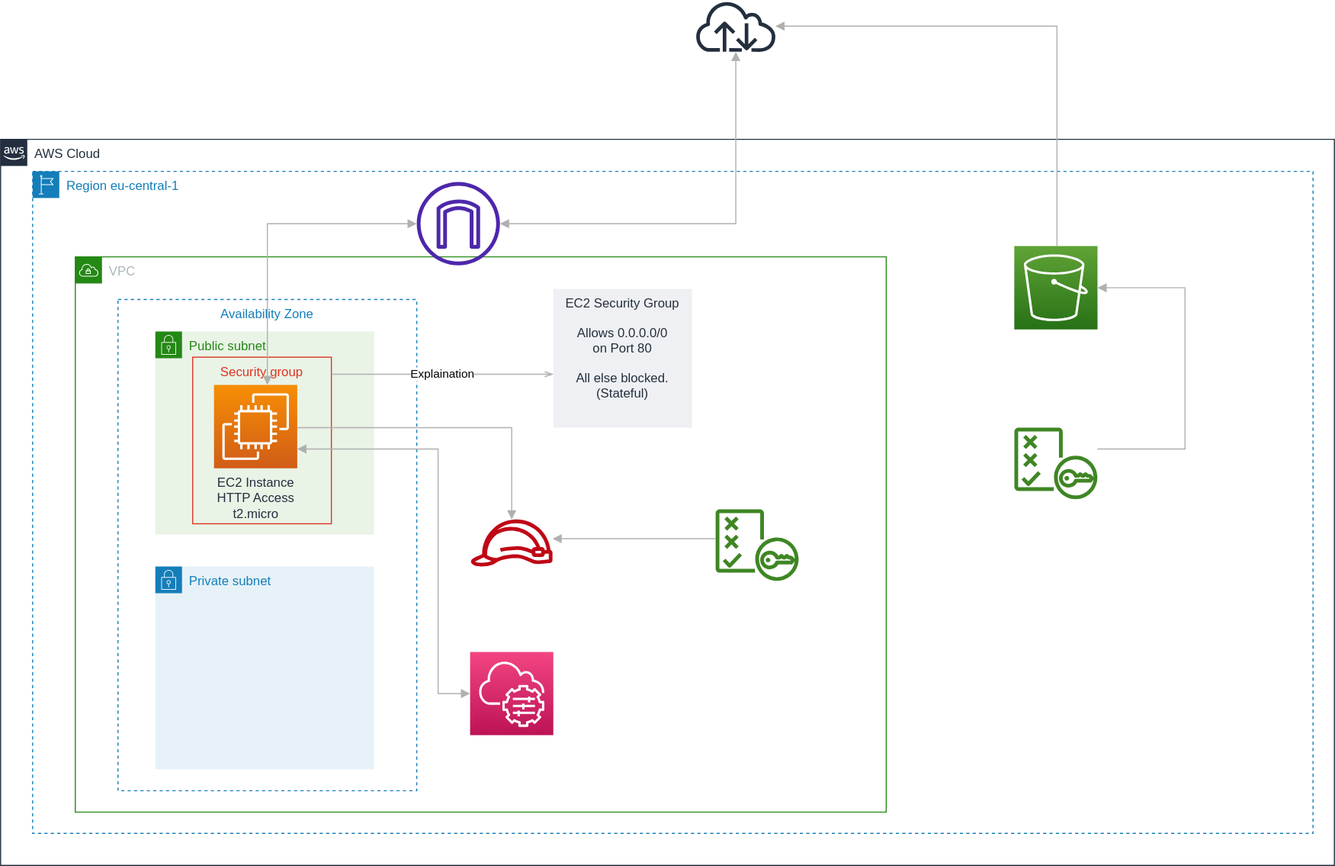
superluminar-io/aws_fundamentals_workshop keeps this draw.io diagram as docs/media/lab_4_arch.drawio.svg. Above is the earlier version. Source tidied: cells renumbered, new cells last; positions are measured from the earlier drawing's top-left corner, leaving out a move shared by most shapes.
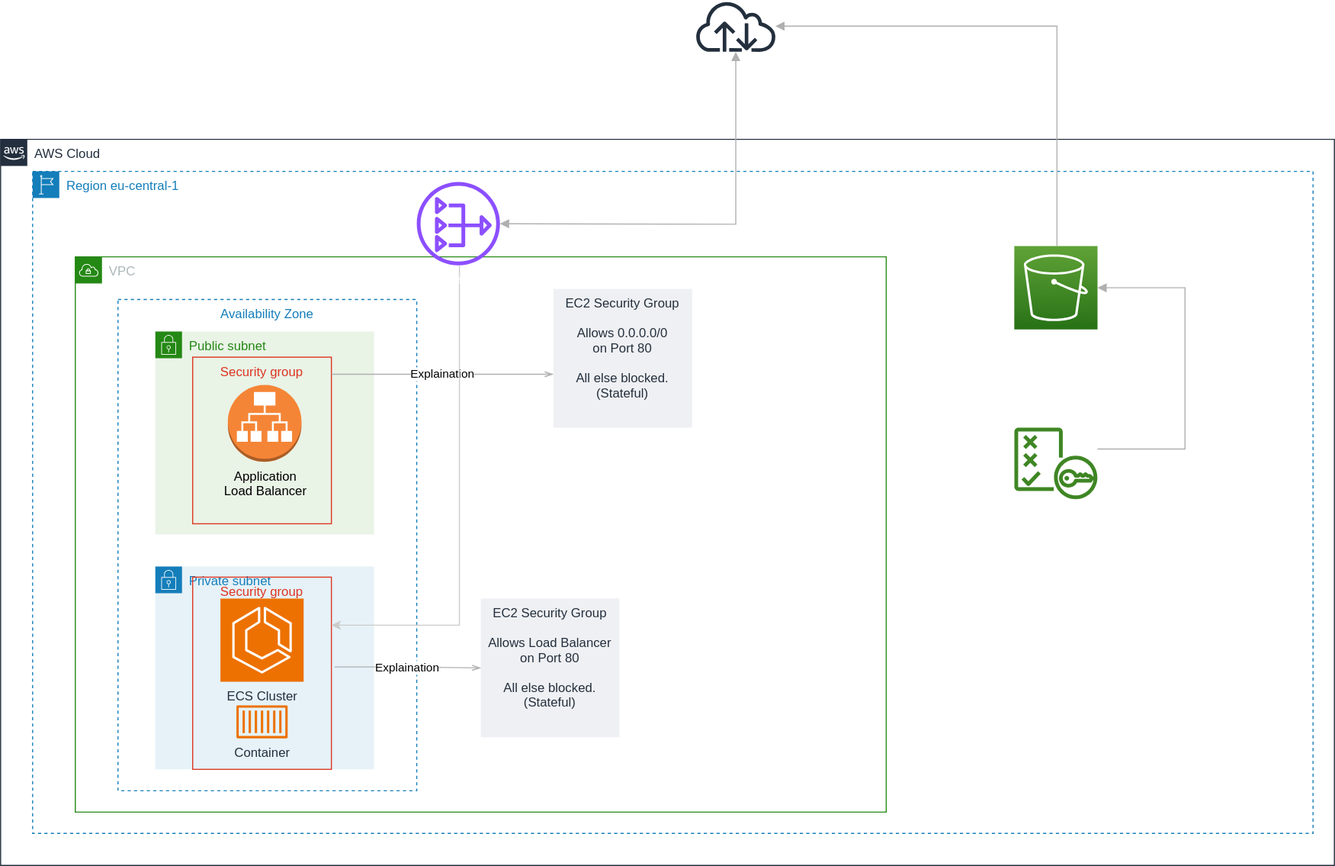
The same diagram one commit later.

Commit message:
Updated lab4 arch diagram

The edit, as a diff of the source:
```diff
@@ -23,12 +23,21 @@
     <mxCell id="8" value="Security group" style="fillColor=none;strokeColor=#DD3522;verticalAlign=top;fontStyle=0;fontColor=#DD3522;" parent="7" vertex="1">
       <mxGeometry x="35" y="24" width="130" height="156" as="geometry" />
     </mxCell>
-    <mxCell id="9" value="EC2 Instance&lt;br&gt;HTTP Access&lt;br&gt;t2.micro" style="sketch=0;points=[[0,0,0],[0.25,0,0],[0.5,0,0],[0.75,0,0],[1,0,0],[0,1,0],[0.25,1,0],[0.5,1,0],[0.75,1,0],[1,1,0],[0,0.25,0],[0,0.5,0],[0,0.75,0],[1,0.25,0],[1,0.5,0],[1,0.75,0]];outlineConnect=0;fontColor=#232F3E;gradientColor=#F78E04;gradientDirection=north;fillColor=#D05C17;strokeColor=#ffffff;dashed=0;verticalLabelPosition=bottom;verticalAlign=top;align=center;html=1;fontSize=12;fontStyle=0;shape=mxgraph.aws4.resourceIcon;resIcon=mxgraph.aws4.ec2;" parent="7" vertex="1">
-      <mxGeometry x="55" y="50" width="78" height="78" as="geometry" />
-    </mxCell>
+    <mxCell id="27" value="Application &lt;br&gt;Load Balancer" style="dashed=0;verticalLabelPosition=bottom;verticalAlign=top;align=center;html=1;shape=mxgraph.aws3.application_load_balancer;fillColor=#F58536;gradientColor=none;" parent="7" vertex="1">
+      <mxGeometry x="68" y="50" width="69" height="72" as="geometry" />
+    </mxCell>
     <mxCell id="10" value="Private subnet" style="gradientColor=none;html=1;whiteSpace=wrap;fontSize=12;fontStyle=0;shape=mxgraph.aws4.group;grIcon=mxgraph.aws4.group_security_group;grStroke=0;strokeColor=#147EBA;fillColor=#E6F2F8;verticalAlign=top;align=left;spacingLeft=30;fontColor=#147EBA;dashed=0;" parent="5" vertex="1">
       <mxGeometry x="75" y="290" width="205" height="190" as="geometry" />
     </mxCell>
+    <mxCell id="28" value="ECS Cluster" style="sketch=0;fontColor=#232F3E;fillColor=#ED7100;strokeColor=#ffffff;dashed=0;verticalLabelPosition=bottom;verticalAlign=top;align=center;html=1;fontSize=12;fontStyle=0;shape=mxgraph.aws4.resourceIcon;resIcon=mxgraph.aws4.ecs;" parent="10" vertex="1">
+      <mxGeometry x="61" y="30" width="78" height="78" as="geometry" />
+    </mxCell>
+    <mxCell id="29" value="Container" style="sketch=0;fontColor=#232F3E;gradientColor=none;fillColor=#ED7100;strokeColor=none;dashed=0;verticalLabelPosition=bottom;verticalAlign=top;align=center;html=1;fontSize=12;fontStyle=0;shape=mxgraph.aws4.container_1;" parent="10" vertex="1">
+      <mxGeometry x="76" y="130" width="48" height="31" as="geometry" />
+    </mxCell>
+    <mxCell id="30" value="Security group" style="fillColor=none;strokeColor=#DD3522;verticalAlign=top;fontStyle=0;fontColor=#DD3522;" parent="10" vertex="1">
+      <mxGeometry x="35" y="10" width="130" height="180" as="geometry" />
+    </mxCell>
     <mxCell id="11" value="EC2 Security Group&#10;&#10;Allows 0.0.0.0/0&#10;on Port 80&#10;&#10;All else blocked.&#10;(Stateful)" style="fillColor=#EFF0F3;strokeColor=none;dashed=0;verticalAlign=top;fontStyle=0;fontColor=#232F3D;" parent="5" vertex="1">
       <mxGeometry x="448" y="30" width="130" height="130" as="geometry" />
     </mxCell>
@@ -40,51 +49,24 @@
         </Array>
       </mxGeometry>
     </mxCell>
-    <mxCell id="13" value="&lt;font color=&quot;#ffffff&quot;&gt;IAM Role&lt;br&gt;Assumed by Instance&lt;br&gt;to connect to&lt;br&gt;Sessions Manager&lt;br&gt;&lt;/font&gt;" style="sketch=0;outlineConnect=0;fontColor=#232F3E;gradientColor=none;fillColor=#BF0816;strokeColor=none;dashed=0;verticalLabelPosition=bottom;verticalAlign=top;align=center;html=1;fontSize=12;fontStyle=0;shape=mxgraph.aws4.role;labelBackgroundColor=none;" parent="5" vertex="1">
-      <mxGeometry x="370" y="246" width="78" height="44" as="geometry" />
-    </mxCell>
-    <mxCell id="14" value="&lt;font color=&quot;#ffffff&quot;&gt;IAM Policy&lt;br&gt;Grants Sessions Manager&lt;br&gt;Permissions&lt;br&gt;&lt;/font&gt;" style="sketch=0;outlineConnect=0;fontColor=#232F3E;gradientColor=none;fillColor=#3F8624;strokeColor=none;dashed=0;verticalLabelPosition=bottom;verticalAlign=top;align=center;html=1;fontSize=12;fontStyle=0;shape=mxgraph.aws4.policy;labelBackgroundColor=none;" parent="5" vertex="1">
-      <mxGeometry x="600" y="236.5" width="78" height="67" as="geometry" />
-    </mxCell>
-    <mxCell id="15" style="edgeStyle=orthogonalEdgeStyle;html=1;endArrow=block;elbow=vertical;startArrow=none;endFill=1;strokeColor=#B0B0B0;rounded=0;" parent="5" edge="1" source="14" target="13">
+    <mxCell id="15" style="edgeStyle=orthogonalEdgeStyle;html=1;endArrow=block;elbow=vertical;startArrow=none;endFill=1;strokeColor=#B0B0B0;rounded=0;" parent="5" edge="1" source="x">
       <mxGeometry relative="1" as="geometry">
+        <mxPoint x="447.2" y="264" as="targetPoint" />
         <Array as="points">
           <mxPoint x="490" y="264" />
           <mxPoint x="490" y="264" />
         </Array>
       </mxGeometry>
     </mxCell>
-    <mxCell id="16" value="&lt;font color=&quot;#ffffff&quot;&gt;AWS Systems Manager&lt;br&gt;Sessions Manager feature&lt;br&gt;used to connect to instance&lt;br&gt;&lt;/font&gt;" style="sketch=0;points=[[0,0,0],[0.25,0,0],[0.5,0,0],[0.75,0,0],[1,0,0],[0,1,0],[0.25,1,0],[0.5,1,0],[0.75,1,0],[1,1,0],[0,0.25,0],[0,0.5,0],[0,0.75,0],[1,0.25,0],[1,0.5,0],[1,0.75,0]];points=[[0,0,0],[0.25,0,0],[0.5,0,0],[0.75,0,0],[1,0,0],[0,1,0],[0.25,1,0],[0.5,1,0],[0.75,1,0],[1,1,0],[0,0.25,0],[0,0.5,0],[0,0.75,0],[1,0.25,0],[1,0.5,0],[1,0.75,0]];outlineConnect=0;fontColor=#232F3E;gradientColor=#F34482;gradientDirection=north;fillColor=#BC1356;strokeColor=#ffffff;dashed=0;verticalLabelPosition=bottom;verticalAlign=top;align=center;html=1;fontSize=12;fontStyle=0;shape=mxgraph.aws4.resourceIcon;resIcon=mxgraph.aws4.systems_manager;" parent="5" vertex="1">
-      <mxGeometry x="370" y="370" width="78" height="78" as="geometry" />
-    </mxCell>
-    <mxCell id="17" style="edgeStyle=orthogonalEdgeStyle;html=1;endArrow=block;elbow=vertical;startArrow=none;endFill=1;strokeColor=#B0B0B0;rounded=0;fontColor=#FFFFFF;" parent="5" edge="1" source="9" target="13">
-      <mxGeometry relative="1" as="geometry">
-        <Array as="points">
-          <mxPoint x="409" y="160" />
-        </Array>
-      </mxGeometry>
-    </mxCell>
-    <mxCell id="18" style="edgeStyle=orthogonalEdgeStyle;html=1;endArrow=block;elbow=vertical;startArrow=block;startFill=1;endFill=1;strokeColor=#B0B0B0;rounded=0;fontColor=#FFFFFF;" parent="5" edge="1" source="9" target="16">
-      <mxGeometry relative="1" as="geometry">
-        <Array as="points">
-          <mxPoint x="340" y="180" />
-          <mxPoint x="340" y="409" />
-        </Array>
-      </mxGeometry>
-    </mxCell>
-    <mxCell id="19" value="&lt;font color=&quot;#ffffff&quot;&gt;Internet Gateway&lt;/font&gt;" style="sketch=0;outlineConnect=0;fontColor=#232F3E;gradientColor=none;fillColor=#4D27AA;strokeColor=none;dashed=0;verticalLabelPosition=bottom;verticalAlign=top;align=center;html=1;fontSize=12;fontStyle=0;shape=mxgraph.aws4.internet_gateway;" parent="4" vertex="1">
-      <mxGeometry x="360" y="10" width="78" height="78" as="geometry" />
-    </mxCell>
+    <mxCell id="31" value="EC2 Security Group&#10;&#10;Allows Load Balancer&#10;on Port 80&#10;&#10;All else blocked.&#10;(Stateful)" style="fillColor=#EFF0F3;strokeColor=none;dashed=0;verticalAlign=top;fontStyle=0;fontColor=#232F3D;" parent="5" vertex="1">
+      <mxGeometry x="380" y="320" width="130" height="130" as="geometry" />
+    </mxCell>
+    <mxCell id="32" value="&lt;font color=&quot;#000000&quot;&gt;Explaination&lt;/font&gt;" style="edgeStyle=orthogonalEdgeStyle;html=1;endArrow=openThin;elbow=vertical;startArrow=none;endFill=0;strokeColor=#B0B0B0;rounded=0;fontColor=#FFFFFF;exitX=1.023;exitY=0.467;exitDx=0;exitDy=0;exitPerimeter=0;" parent="5" edge="1" source="30" target="31">
+      <mxGeometry relative="1" as="geometry" />
+    </mxCell>
-    <mxCell id="20" value="&lt;font color=&quot;#ffffff&quot;&gt;S3 Bucket&lt;br&gt;Publicly Readable&lt;br&gt;&lt;/font&gt;" style="sketch=0;points=[[0,0,0],[0.25,0,0],[0.5,0,0],[0.75,0,0],[1,0,0],[0,1,0],[0.25,1,0],[0.5,1,0],[0.75,1,0],[1,1,0],[0,0.25,0],[0,0.5,0],[0,0.75,0],[1,0.25,0],[1,0.5,0],[1,0.75,0]];outlineConnect=0;fontColor=#232F3E;gradientColor=#60A337;gradientDirection=north;fillColor=#277116;strokeColor=#ffffff;dashed=0;verticalLabelPosition=bottom;verticalAlign=top;align=center;html=1;fontSize=12;fontStyle=0;shape=mxgraph.aws4.resourceIcon;resIcon=mxgraph.aws4.s3;" parent="4" vertex="1">
+    <mxCell id="20" value="&lt;font color=&quot;#ffffff&quot;&gt;S3 Bucket&lt;br&gt;&lt;/font&gt;" style="sketch=0;points=[[0,0,0],[0.25,0,0],[0.5,0,0],[0.75,0,0],[1,0,0],[0,1,0],[0.25,1,0],[0.5,1,0],[0.75,1,0],[1,1,0],[0,0.25,0],[0,0.5,0],[0,0.75,0],[1,0.25,0],[1,0.5,0],[1,0.75,0]];outlineConnect=0;fontColor=#232F3E;gradientColor=#60A337;gradientDirection=north;fillColor=#277116;strokeColor=#ffffff;dashed=0;verticalLabelPosition=bottom;verticalAlign=top;align=center;html=1;fontSize=12;fontStyle=0;shape=mxgraph.aws4.resourceIcon;resIcon=mxgraph.aws4.s3;" parent="4" vertex="1">
       <mxGeometry x="920" y="70" width="78" height="78" as="geometry" />
     </mxCell>
-    <mxCell id="21" style="edgeStyle=orthogonalEdgeStyle;html=1;endArrow=block;elbow=vertical;startArrow=block;startFill=1;endFill=1;strokeColor=#B0B0B0;rounded=0;fontColor=#FFFFFF;fillColor=#f5f5f5;" parent="4" edge="1" source="9" target="19">
-      <mxGeometry relative="1" as="geometry">
-        <Array as="points">
-          <mxPoint x="220" y="49" />
-        </Array>
-      </mxGeometry>
-    </mxCell>
     <mxCell id="22" value="&lt;font color=&quot;#ffffff&quot;&gt;IAM Policy&lt;br&gt;Grants Public Read Access&lt;br&gt;to Objects in the Bucket&lt;br&gt;&lt;/font&gt;" style="sketch=0;outlineConnect=0;fontColor=#232F3E;gradientColor=none;fillColor=#3F8624;strokeColor=none;dashed=0;verticalLabelPosition=bottom;verticalAlign=top;align=center;html=1;fontSize=12;fontStyle=0;shape=mxgraph.aws4.policy;labelBackgroundColor=none;" parent="4" vertex="1">
       <mxGeometry x="920" y="240" width="78" height="67" as="geometry" />
     </mxCell>
@@ -96,11 +78,23 @@
         </Array>
       </mxGeometry>
     </mxCell>
+    <mxCell id="33" style="edgeStyle=orthogonalEdgeStyle;rounded=0;jettySize=auto;html=1;entryX=1;entryY=0.25;entryDx=0;entryDy=0;strokeColor=#CCCCCC;strokeWidth=1;" parent="4" edge="1" source="34" target="30">
+      <mxGeometry relative="1" as="geometry">
+        <Array as="points">
+          <mxPoint x="400" y="425" />
+        </Array>
+      </mxGeometry>
+    </mxCell>
+    <mxCell id="34" value="&lt;span style=&quot;color: rgb(255, 255, 255);&quot;&gt;Nat Gateway&lt;/span&gt;" style="sketch=0;outlineConnect=0;fontColor=#232F3E;gradientColor=none;fillColor=#8C4FFF;strokeColor=none;dashed=0;verticalLabelPosition=bottom;verticalAlign=top;align=center;html=1;fontSize=12;fontStyle=0;shape=mxgraph.aws4.nat_gateway;" parent="4" vertex="1">
+      <mxGeometry x="360" y="10" width="78" height="78" as="geometry" />
+    </mxCell>
     <mxCell id="24" style="sketch=0;outlineConnect=0;fontColor=#232F3E;gradientColor=none;fillColor=#232F3D;strokeColor=none;dashed=0;verticalLabelPosition=bottom;verticalAlign=top;align=center;html=1;fontSize=12;fontStyle=0;shape=mxgraph.aws4.internet;" parent="1" vertex="1">
       <mxGeometry x="650" width="78" height="48" as="geometry" />
     </mxCell>
-    <mxCell id="25" style="edgeStyle=orthogonalEdgeStyle;html=1;endArrow=block;elbow=vertical;startArrow=block;startFill=1;endFill=1;strokeColor=#B0B0B0;rounded=0;fontColor=#FFFFFF;" parent="1" edge="1" source="19" target="24">
-      <mxGeometry relative="1" as="geometry" />
+    <mxCell id="25" style="edgeStyle=orthogonalEdgeStyle;html=1;endArrow=block;elbow=vertical;startArrow=block;startFill=1;endFill=1;strokeColor=light-dark(#b0b0b0, #565656);rounded=0;fontColor=#FFFFFF;" parent="1" edge="1" target="24">
+      <mxGeometry relative="1" as="geometry">
+        <mxPoint x="468" y="209" as="sourcePoint" />
+      </mxGeometry>
     </mxCell>
     <mxCell id="26" style="edgeStyle=orthogonalEdgeStyle;html=1;endArrow=block;elbow=vertical;startArrow=none;endFill=1;strokeColor=#B0B0B0;rounded=0;fontColor=#FFFFFF;" parent="1" edge="1" source="20" target="24">
       <mxGeometry relative="1" as="geometry">
```
